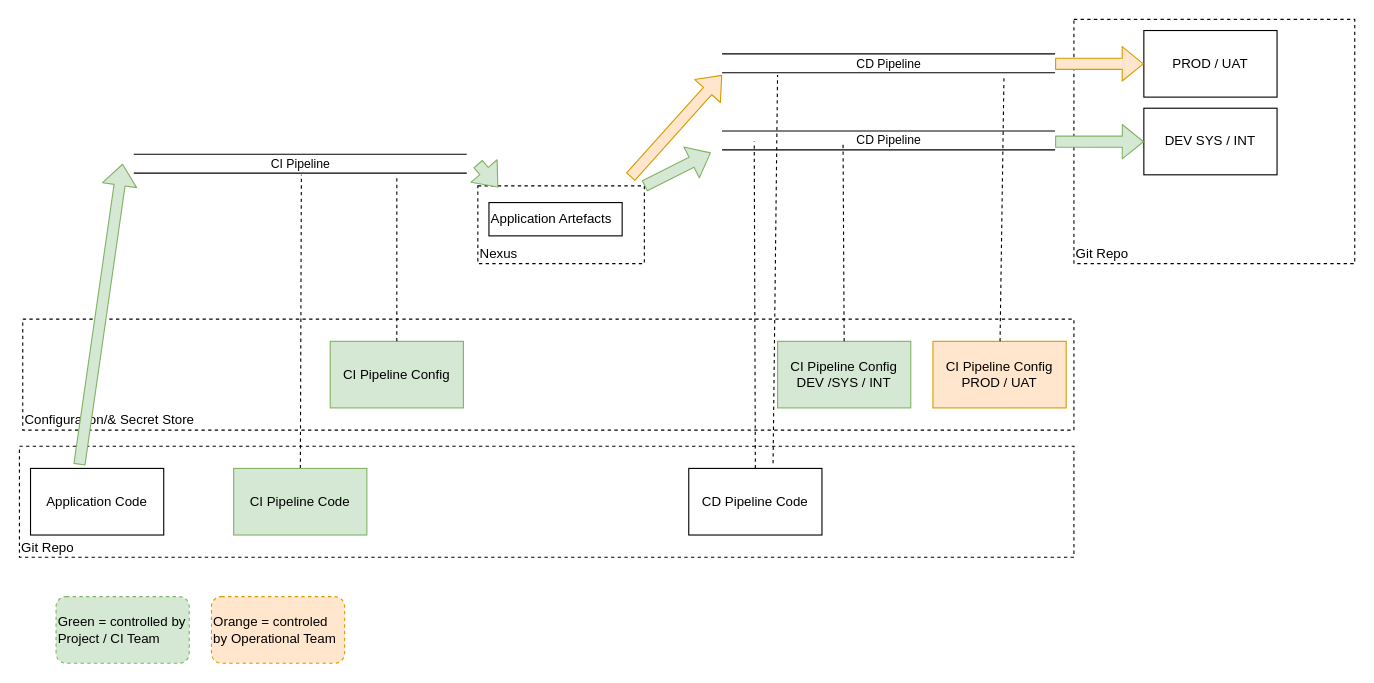
awws/drawio keeps this draw.io diagram as DevOps.drawio. Above is the earlier version. Source tidied: cells renumbered, new cells numbered last; positions are measured from the earlier drawing's top-left corner, leaving out a move shared by most shapes. Both pictures are drawn from the tidied source at 111%, with x=0, y=0 at pixel (19, 19).
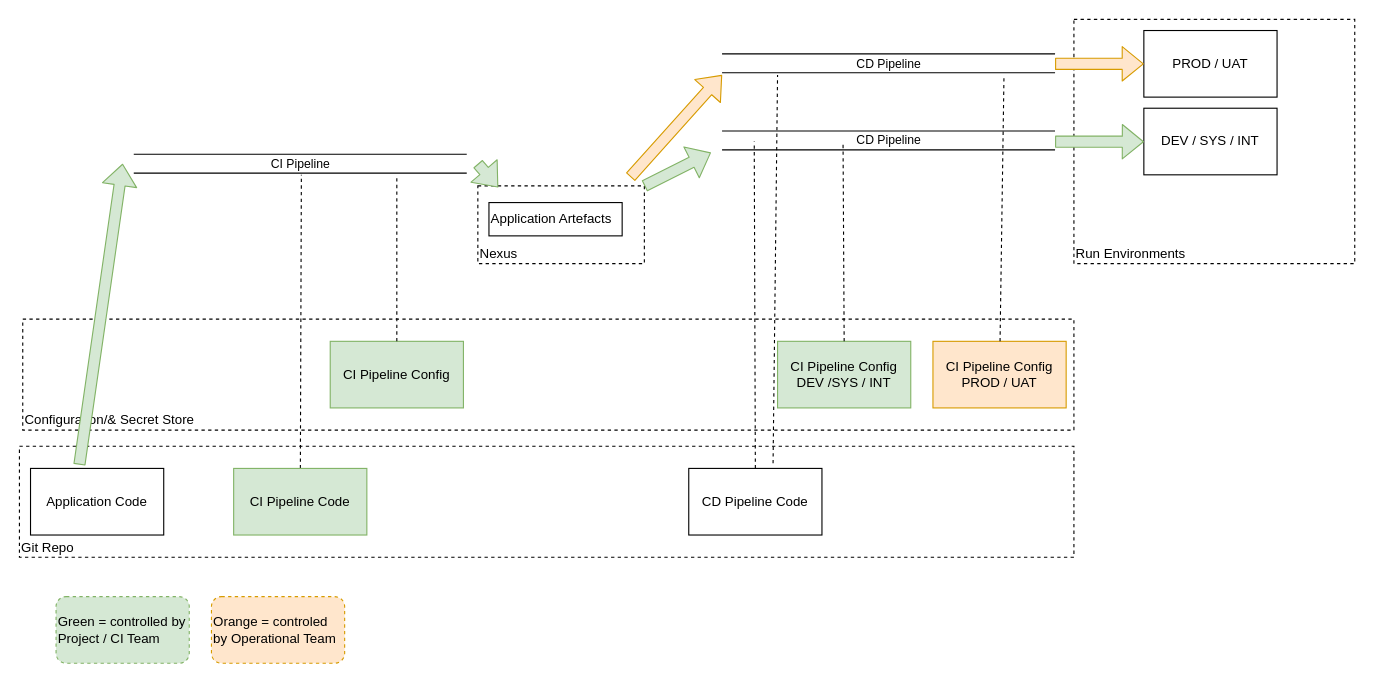
The same page after the edit.

Change to the diagram source:
```diff
@@
-    <mxCell id="13" value="Git Repo" style="rounded=0;whiteSpace=wrap;html=1;shadow=0;fillColor=none;dashed=1;align=left;verticalAlign=bottom;" parent="1" vertex="1">
+    <mxCell id="13" value="Run Environments" style="rounded=0;whiteSpace=wrap;html=1;shadow=0;fillColor=none;dashed=1;align=left;verticalAlign=bottom;" parent="1" vertex="1">
       <mxGeometry x="950" width="253" height="220" as="geometry" />
     </mxCell>
@@
-    <mxCell id="15" value="DEV SYS / INT" style="rounded=0;whiteSpace=wrap;html=1;shadow=0;fillColor=#ffffff;" parent="1" vertex="1">
+    <mxCell id="15" value="DEV / SYS / INT" style="rounded=0;whiteSpace=wrap;html=1;shadow=0;fillColor=#ffffff;" parent="1" vertex="1">
       <mxGeometry x="1013" y="80" width="120" height="60" as="geometry" />
     </mxCell>
```
